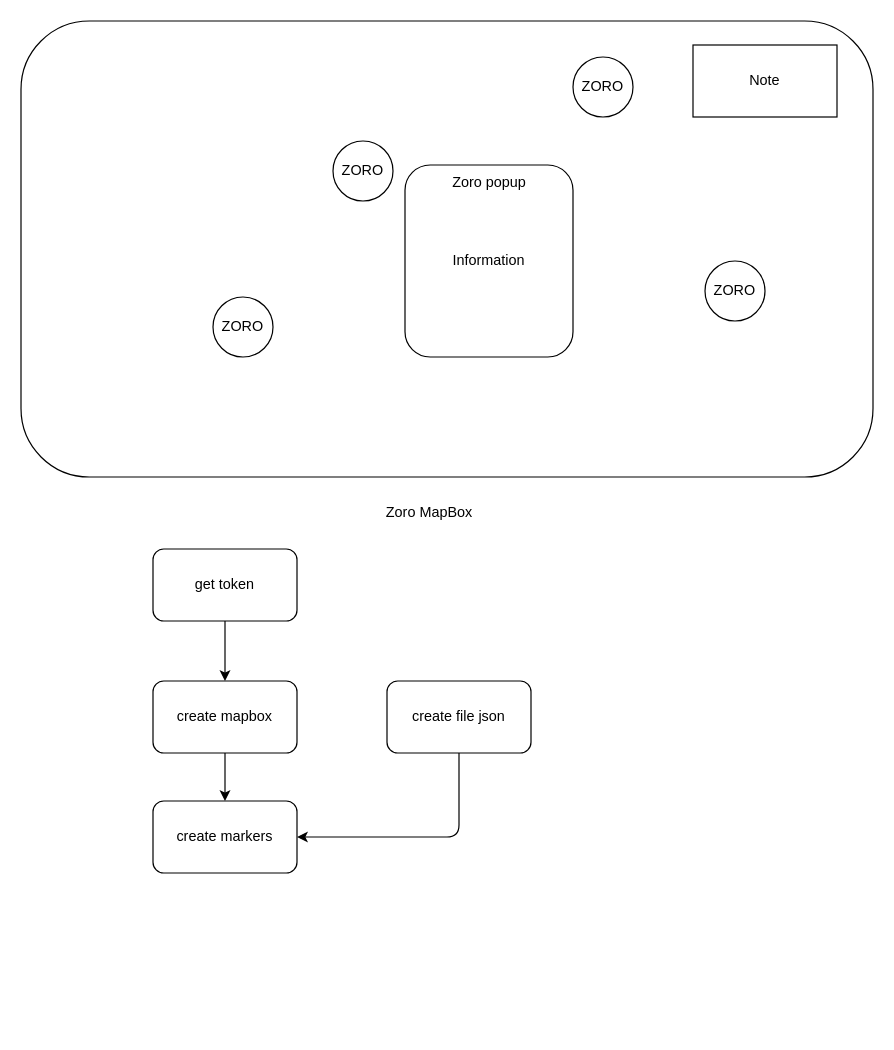
Above: steps.drawio in BinhNguyen3790/zoro-mapbox (draw.io), before the change. Source tidied: cells renumbered, new cells numbered last; positions are measured from the earlier drawing's top-left corner, leaving out a move shared by most shapes. Both pictures are drawn from the tidied source at 120%, with x=0, y=0 at pixel (20, 20).
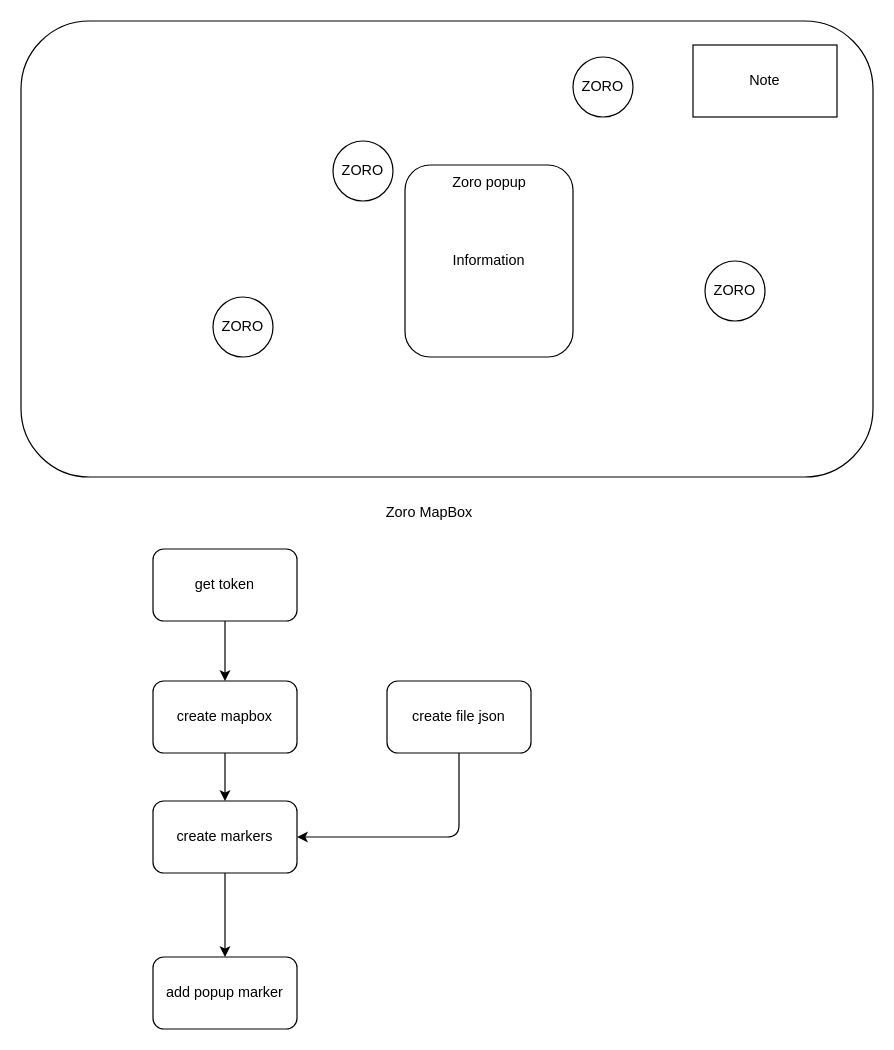
The same diagram, later.

Commit message (it also covers changes not shown here):
add popup marker

Unchanged cells that the change refers to:
```xml
<mxCell id="16" value="create markers" style="rounded=1;whiteSpace=wrap;html=1;" parent="1" vertex="1">
  <mxGeometry x="110" y="650" width="120" height="60" as="geometry" />
</mxCell>
```

Diff of the diagram source:
```diff
@@
+    <mxCell id="18" value="add popup marker" style="rounded=1;whiteSpace=wrap;html=1;" parent="1" vertex="1">
+      <mxGeometry x="110" y="780" width="120" height="60" as="geometry" />
+    </mxCell>
+    <mxCell id="19" style="edgeStyle=none;jettySize=auto;html=1;entryX=0.5;entryY=0;entryDx=0;entryDy=0;exitX=0.5;exitY=1;exitDx=0;exitDy=0;" parent="1" edge="1" source="16" target="18">
+      <mxGeometry relative="1" as="geometry" />
+    </mxCell>
```
